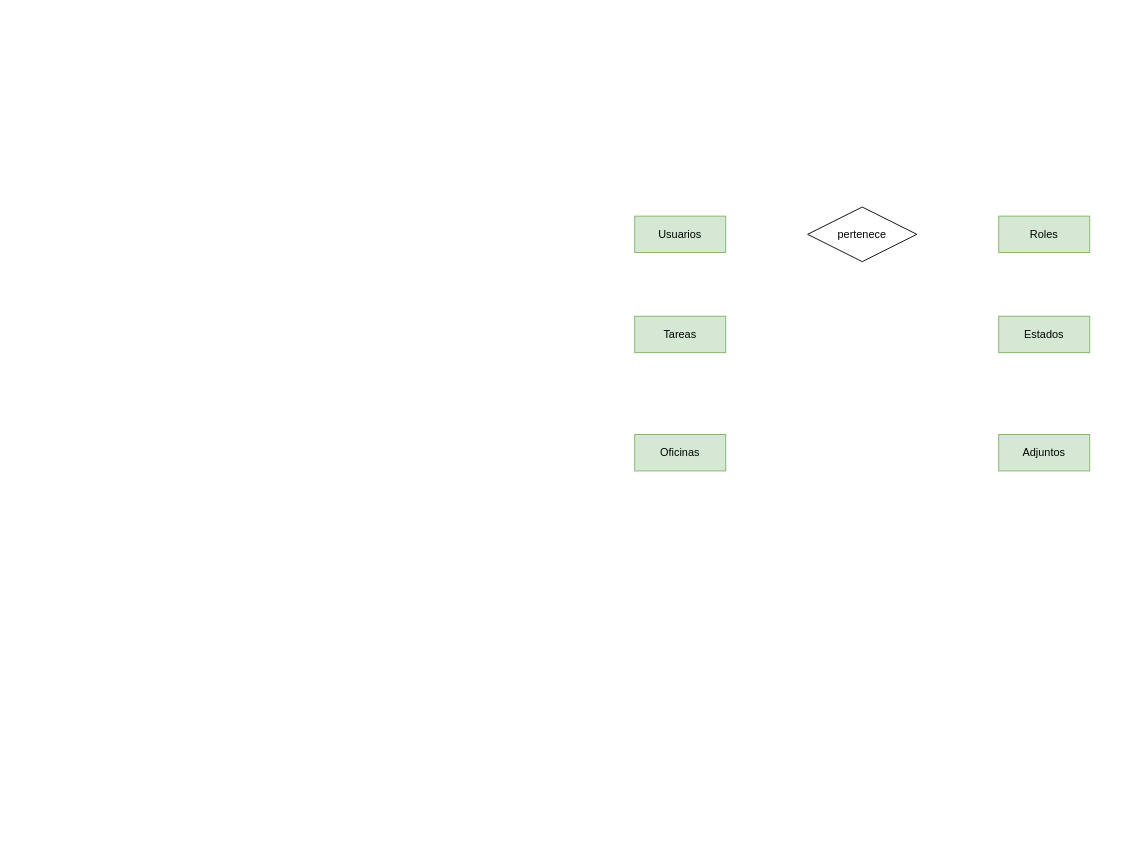
Above: E-R IntelTask.drawio in W1TCH3R94/notasCursos (draw.io), before the change. Source tidied: cells renumbered, new cells numbered last; positions are measured from the earlier drawing's top-left corner, leaving out a move shared by most shapes. Both pictures are drawn from the tidied source at 91%, with x=0, y=0 at pixel (634, 207).
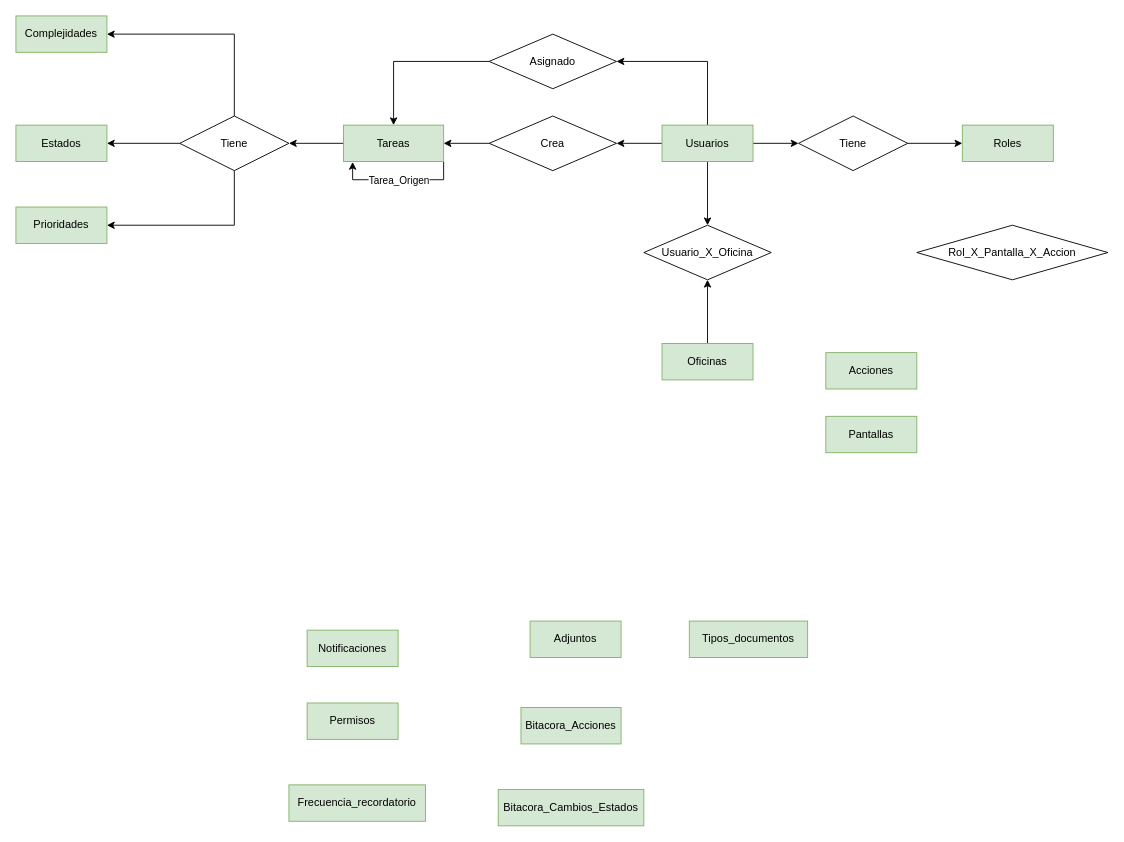
The same page after the edit.

The edit, as a diff of the source:
```diff
@@
+    <mxCell id="9" style="edgeStyle=orthogonalEdgeStyle;rounded=0;jettySize=auto;html=1;exitX=1;exitY=0.5;exitDx=0;exitDy=0;entryX=0;entryY=0.5;entryDx=0;entryDy=0;" parent="1" edge="1" source="2" target="4">
+      <mxGeometry relative="1" as="geometry" />
+    </mxCell>
-    <mxCell id="2" value="pertenece" style="shape=rhombus;perimeter=rhombusPerimeter;whiteSpace=wrap;html=1;align=center;" parent="1" vertex="1">
-      <mxGeometry x="190" width="120" height="60" as="geometry" />
+    <mxCell id="2" value="Tiene" style="shape=rhombus;perimeter=rhombusPerimeter;whiteSpace=wrap;html=1;align=center;" parent="1" vertex="1">
+      <mxGeometry x="180" y="-100" width="120" height="60" as="geometry" />
     </mxCell>
+    <mxCell id="10" style="edgeStyle=orthogonalEdgeStyle;rounded=0;jettySize=auto;html=1;exitX=1;exitY=0.5;exitDx=0;exitDy=0;entryX=0;entryY=0.5;entryDx=0;entryDy=0;" parent="1" edge="1" source="3" target="2">
+      <mxGeometry relative="1" as="geometry" />
+    </mxCell>
+    <mxCell id="11" style="edgeStyle=orthogonalEdgeStyle;rounded=0;jettySize=auto;html=1;exitX=0.5;exitY=1;exitDx=0;exitDy=0;entryX=0.5;entryY=0;entryDx=0;entryDy=0;" parent="1" edge="1" source="3" target="26">
+      <mxGeometry relative="1" as="geometry" />
+    </mxCell>
+    <mxCell id="12" style="edgeStyle=orthogonalEdgeStyle;rounded=0;jettySize=auto;html=1;exitX=0;exitY=0.5;exitDx=0;exitDy=0;entryX=1;entryY=0.5;entryDx=0;entryDy=0;" parent="1" edge="1" source="3" target="28">
+      <mxGeometry relative="1" as="geometry" />
+    </mxCell>
+    <mxCell id="13" style="edgeStyle=orthogonalEdgeStyle;rounded=0;jettySize=auto;html=1;exitX=0.5;exitY=0;exitDx=0;exitDy=0;entryX=1;entryY=0.5;entryDx=0;entryDy=0;" parent="1" edge="1" source="3" target="30">
+      <mxGeometry relative="1" as="geometry" />
+    </mxCell>
     <mxCell id="3" value="Usuarios" style="whiteSpace=wrap;html=1;align=center;fillColor=#d5e8d4;strokeColor=#82b366;" parent="1" vertex="1">
-      <mxGeometry y="10" width="100" height="40" as="geometry" />
+      <mxGeometry x="30" y="-90" width="100" height="40" as="geometry" />
     </mxCell>
     <mxCell id="4" value="Roles" style="whiteSpace=wrap;html=1;align=center;fillColor=#d5e8d4;strokeColor=#82b366;" parent="1" vertex="1">
-      <mxGeometry x="400" y="10" width="100" height="40" as="geometry" />
+      <mxGeometry x="360" y="-90" width="100" height="40" as="geometry" />
     </mxCell>
+    <mxCell id="14" style="edgeStyle=orthogonalEdgeStyle;rounded=0;jettySize=auto;html=1;exitX=0;exitY=0.5;exitDx=0;exitDy=0;entryX=1;entryY=0.5;entryDx=0;entryDy=0;" parent="1" edge="1" source="5" target="34">
+      <mxGeometry relative="1" as="geometry" />
+    </mxCell>
+    <mxCell id="15" style="edgeStyle=orthogonalEdgeStyle;rounded=0;jettySize=auto;html=1;exitX=1;exitY=1;exitDx=0;exitDy=0;" parent="1" edge="1" source="5">
+      <mxGeometry relative="1" as="geometry">
+        <mxPoint x="-310" y="-49.5" as="targetPoint" />
+        <Array as="points">
+          <mxPoint x="-210" y="-30" />
+          <mxPoint x="-310" y="-30" />
+        </Array>
+      </mxGeometry>
+    </mxCell>
+    <mxCell id="16" value="Tarea_Origen" style="edgeLabel;html=1;align=center;verticalAlign=middle;" parent="15" vertex="1">
+      <mxGeometry x="-0.09" y="4" relative="1" as="geometry">
+        <mxPoint x="-7" y="-4" as="offset" />
+      </mxGeometry>
+    </mxCell>
     <mxCell id="5" value="Tareas" style="whiteSpace=wrap;html=1;align=center;fillColor=#d5e8d4;strokeColor=#82b366;" parent="1" vertex="1">
-      <mxGeometry y="120" width="100" height="40" as="geometry" />
+      <mxGeometry x="-320" y="-90" width="110" height="40" as="geometry" />
     </mxCell>
+    <mxCell id="17" style="edgeStyle=orthogonalEdgeStyle;rounded=0;jettySize=auto;html=1;exitX=0.5;exitY=0;exitDx=0;exitDy=0;entryX=0.5;entryY=1;entryDx=0;entryDy=0;" parent="1" edge="1" source="6" target="26">
+      <mxGeometry relative="1" as="geometry" />
+    </mxCell>
     <mxCell id="6" value="Oficinas" style="whiteSpace=wrap;html=1;align=center;fillColor=#d5e8d4;strokeColor=#82b366;" parent="1" vertex="1">
-      <mxGeometry y="250" width="100" height="40" as="geometry" />
+      <mxGeometry x="30" y="150" width="100" height="40" as="geometry" />
     </mxCell>
     <mxCell id="7" value="Estados" style="whiteSpace=wrap;html=1;align=center;fillColor=#d5e8d4;strokeColor=#82b366;" parent="1" vertex="1">
-      <mxGeometry x="400" y="120" width="100" height="40" as="geometry" />
+      <mxGeometry x="-680" y="-90" width="100" height="40" as="geometry" />
     </mxCell>
     <mxCell id="8" value="Adjuntos" style="whiteSpace=wrap;html=1;align=center;fillColor=#d5e8d4;strokeColor=#82b366;" parent="1" vertex="1">
-      <mxGeometry x="400" y="250" width="100" height="40" as="geometry" />
+      <mxGeometry x="-115" y="455" width="100" height="40" as="geometry" />
     </mxCell>
+    <mxCell id="18" value="Bitacora_Acciones" style="whiteSpace=wrap;html=1;align=center;fillColor=#d5e8d4;strokeColor=#82b366;" parent="1" vertex="1">
+      <mxGeometry x="-125" y="550" width="110" height="40" as="geometry" />
+    </mxCell>
+    <mxCell id="19" value="Notificaciones" style="whiteSpace=wrap;html=1;align=center;fillColor=#d5e8d4;strokeColor=#82b366;" parent="1" vertex="1">
+      <mxGeometry x="-360" y="465" width="100" height="40" as="geometry" />
+    </mxCell>
+    <mxCell id="20" value="Permisos" style="whiteSpace=wrap;html=1;align=center;fillColor=#d5e8d4;strokeColor=#82b366;" parent="1" vertex="1">
+      <mxGeometry x="-360" y="545" width="100" height="40" as="geometry" />
+    </mxCell>
+    <mxCell id="21" value="Frecuencia_recordatorio" style="whiteSpace=wrap;html=1;align=center;fillColor=#d5e8d4;strokeColor=#82b366;" parent="1" vertex="1">
+      <mxGeometry x="-380" y="635" width="150" height="40" as="geometry" />
+    </mxCell>
+    <mxCell id="22" value="Bitacora_Cambios_Estados" style="whiteSpace=wrap;html=1;align=center;fillColor=#d5e8d4;strokeColor=#82b366;" parent="1" vertex="1">
+      <mxGeometry x="-150" y="640" width="160" height="40" as="geometry" />
+    </mxCell>
+    <mxCell id="23" value="Complejidades" style="whiteSpace=wrap;html=1;align=center;fillColor=#d5e8d4;strokeColor=#82b366;" parent="1" vertex="1">
+      <mxGeometry x="-680" y="-210" width="100" height="40" as="geometry" />
+    </mxCell>
+    <mxCell id="24" value="Prioridades" style="whiteSpace=wrap;html=1;align=center;fillColor=#d5e8d4;strokeColor=#82b366;" parent="1" vertex="1">
+      <mxGeometry x="-680" width="100" height="40" as="geometry" />
+    </mxCell>
+    <mxCell id="25" value="Tipos_documentos" style="whiteSpace=wrap;html=1;align=center;fillColor=#d5e8d4;strokeColor=#82b366;" parent="1" vertex="1">
+      <mxGeometry x="60" y="455" width="130" height="40" as="geometry" />
+    </mxCell>
+    <mxCell id="26" value="Usuario_X_Oficina" style="shape=rhombus;perimeter=rhombusPerimeter;whiteSpace=wrap;html=1;align=center;" parent="1" vertex="1">
+      <mxGeometry x="10" y="20" width="140" height="60" as="geometry" />
+    </mxCell>
+    <mxCell id="27" style="edgeStyle=orthogonalEdgeStyle;rounded=0;jettySize=auto;html=1;exitX=0;exitY=0.5;exitDx=0;exitDy=0;" parent="1" edge="1" source="28" target="5">
+      <mxGeometry relative="1" as="geometry" />
+    </mxCell>
+    <mxCell id="28" value="Crea" style="shape=rhombus;perimeter=rhombusPerimeter;whiteSpace=wrap;html=1;align=center;" parent="1" vertex="1">
+      <mxGeometry x="-160" y="-100" width="140" height="60" as="geometry" />
+    </mxCell>
+    <mxCell id="29" style="edgeStyle=orthogonalEdgeStyle;rounded=0;jettySize=auto;html=1;exitX=0;exitY=0.5;exitDx=0;exitDy=0;" parent="1" edge="1" source="30" target="5">
+      <mxGeometry relative="1" as="geometry" />
+    </mxCell>
+    <mxCell id="30" value="Asignado" style="shape=rhombus;perimeter=rhombusPerimeter;whiteSpace=wrap;html=1;align=center;" parent="1" vertex="1">
+      <mxGeometry x="-160" y="-190" width="140" height="60" as="geometry" />
+    </mxCell>
+    <mxCell id="31" style="edgeStyle=orthogonalEdgeStyle;rounded=0;jettySize=auto;html=1;exitX=0;exitY=0.5;exitDx=0;exitDy=0;" parent="1" edge="1" source="34" target="7">
+      <mxGeometry relative="1" as="geometry" />
+    </mxCell>
+    <mxCell id="32" style="edgeStyle=orthogonalEdgeStyle;rounded=0;jettySize=auto;html=1;exitX=0.5;exitY=1;exitDx=0;exitDy=0;entryX=1;entryY=0.5;entryDx=0;entryDy=0;" parent="1" edge="1" source="34" target="24">
+      <mxGeometry relative="1" as="geometry" />
+    </mxCell>
+    <mxCell id="33" style="edgeStyle=orthogonalEdgeStyle;rounded=0;jettySize=auto;html=1;exitX=0.5;exitY=0;exitDx=0;exitDy=0;entryX=1;entryY=0.5;entryDx=0;entryDy=0;" parent="1" edge="1" source="34" target="23">
+      <mxGeometry relative="1" as="geometry" />
+    </mxCell>
+    <mxCell id="34" value="Tiene" style="shape=rhombus;perimeter=rhombusPerimeter;whiteSpace=wrap;html=1;align=center;" parent="1" vertex="1">
+      <mxGeometry x="-500" y="-100" width="120" height="60" as="geometry" />
+    </mxCell>
+    <mxCell id="35" value="Pantallas" style="whiteSpace=wrap;html=1;align=center;fillColor=#d5e8d4;strokeColor=#82b366;" parent="1" vertex="1">
+      <mxGeometry x="210" y="230" width="100" height="40" as="geometry" />
+    </mxCell>
+    <mxCell id="36" value="Acciones" style="whiteSpace=wrap;html=1;align=center;fillColor=#d5e8d4;strokeColor=#82b366;" parent="1" vertex="1">
+      <mxGeometry x="210" y="160" width="100" height="40" as="geometry" />
+    </mxCell>
+    <mxCell id="37" value="Rol_X_Pantalla_X_Accion" style="shape=rhombus;perimeter=rhombusPerimeter;whiteSpace=wrap;html=1;align=center;" parent="1" vertex="1">
+      <mxGeometry x="310" y="20" width="210" height="60" as="geometry" />
+    </mxCell>
```
